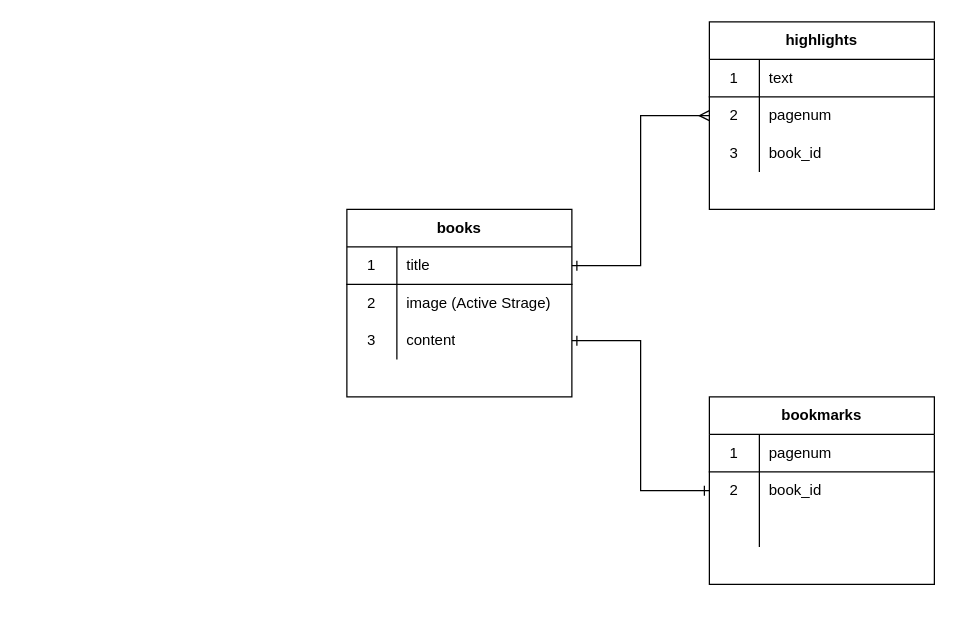
This is database.dio from hiro-mu/book_smart, a draw.io file, before an edit. Source tidied: cells renumbered, new cells numbered last; positions are measured from the earlier drawing's top-left corner, leaving out a move shared by most shapes. Both pictures are drawn from the tidied source at 125%, with x=0, y=0 at pixel (346, 21).
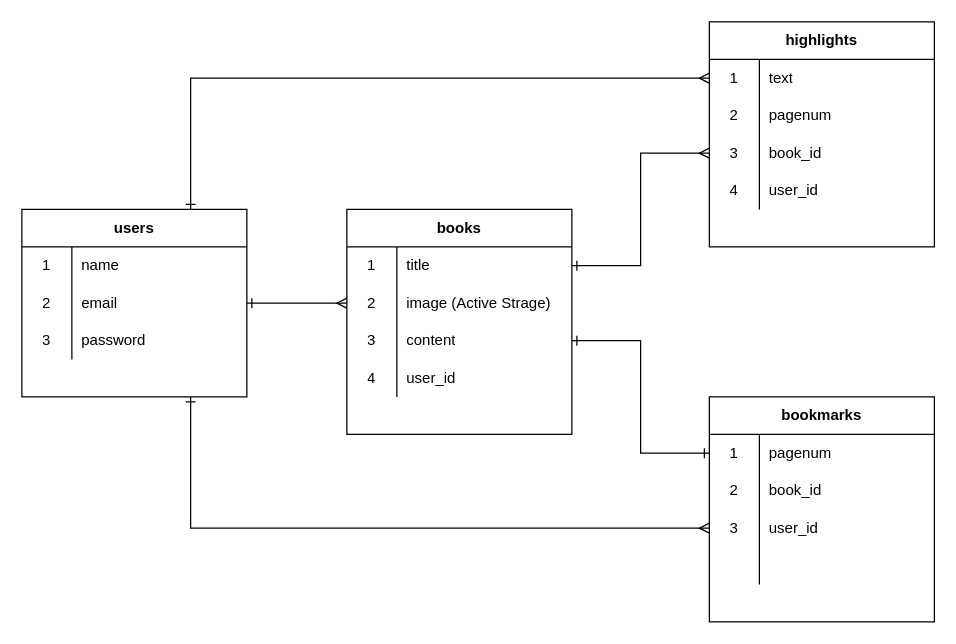
The same diagram, later.

Commit message:
データベースの修正

The change refers to these unchanged cells:
```xml
<mxCell id="6" style="shape=partialRectangle;html=1;whiteSpace=wrap;fillColor=none;top=0;left=0;bottom=0;right=0;points=[[0,0.5],[1,0.5]];portConstraint=eastwest;" parent="2" vertex="1">
  <mxGeometry y="60" width="180" height="30" as="geometry" />
</mxCell>
<mxCell id="9" style="shape=partialRectangle;html=1;whiteSpace=wrap;fillColor=none;top=0;left=0;bottom=0;right=0;points=[[0,0.5],[1,0.5]];portConstraint=eastwest;" parent="2" vertex="1">
  <mxGeometry y="90" width="180" height="30" as="geometry" />
</mxCell>
<mxCell id="16" style="shape=partialRectangle;html=1;whiteSpace=wrap;fillColor=none;top=0;left=0;bottom=0;right=0;points=[[0,0.5],[1,0.5]];portConstraint=eastwest;" parent="12" vertex="1">
  <mxGeometry y="60" width="180" height="30" as="geometry" />
</mxCell>
<mxCell id="19" style="shape=partialRectangle;html=1;whiteSpace=wrap;fillColor=none;top=0;left=0;bottom=0;right=0;points=[[0,0.5],[1,0.5]];portConstraint=eastwest;" parent="12" vertex="1">
  <mxGeometry y="90" width="180" height="30" as="geometry" />
</mxCell>
<mxCell id="26" style="shape=partialRectangle;html=1;whiteSpace=wrap;fillColor=none;top=0;left=0;bottom=0;right=0;points=[[0,0.5],[1,0.5]];portConstraint=eastwest;" parent="22" vertex="1">
  <mxGeometry y="60" width="180" height="30" as="geometry" />
</mxCell>
<mxCell id="29" style="shape=partialRectangle;html=1;whiteSpace=wrap;fillColor=none;top=0;left=0;bottom=0;right=0;points=[[0,0.5],[1,0.5]];portConstraint=eastwest;" parent="22" vertex="1">
  <mxGeometry y="90" width="180" height="30" as="geometry" />
</mxCell>
```

Diff of the diagram source:
```diff
@@
     <mxCell id="2" value="books" style="shape=table;html=1;whiteSpace=wrap;startSize=30;childLayout=tableLayout;rowLines=0;fontStyle=1;align=center;" parent="1" vertex="1">
-      <mxGeometry y="150" width="180" height="150" as="geometry" />
+      <mxGeometry y="150" width="180" height="180" as="geometry" />
     </mxCell>
-    <mxCell id="3" style="shape=partialRectangle;html=1;whiteSpace=wrap;fillColor=none;top=0;left=0;bottom=1;right=0;points=[[0,0.5],[1,0.5]];portConstraint=eastwest;" parent="2" vertex="1">
+    <mxCell id="3" style="shape=partialRectangle;html=1;whiteSpace=wrap;fillColor=none;top=0;left=0;bottom=1;right=0;points=[[0,0.5],[1,0.5]];portConstraint=eastwest;strokeColor=none;" parent="2" vertex="1">
       <mxGeometry y="30" width="180" height="30" as="geometry" />
     </mxCell>
@@
+    <mxCell id="34" style="shape=partialRectangle;html=1;whiteSpace=wrap;fillColor=none;top=0;left=0;bottom=0;right=0;" parent="2" vertex="1">
+      <mxGeometry y="120" width="180" height="30" as="geometry" />
+    </mxCell>
+    <mxCell id="35" value="4" style="shape=partialRectangle;html=1;whiteSpace=wrap;fillColor=none;top=0;left=0;bottom=0;right=0;overflow=hidden;" parent="34" vertex="1">
+      <mxGeometry width="40" height="30" as="geometry" />
+    </mxCell>
+    <mxCell id="36" value="user_id" style="shape=partialRectangle;html=1;whiteSpace=wrap;fillColor=none;top=0;left=0;bottom=0;right=0;align=left;spacingLeft=6;overflow=hidden;" parent="34" vertex="1">
+      <mxGeometry x="40" width="140" height="30" as="geometry" />
+    </mxCell>
     <mxCell id="12" value="highlights" style="shape=table;html=1;whiteSpace=wrap;startSize=30;childLayout=tableLayout;rowLines=0;fontStyle=1;align=center;" parent="1" vertex="1">
-      <mxGeometry x="290" width="180" height="150" as="geometry" />
+      <mxGeometry x="290" width="180" height="180" as="geometry" />
     </mxCell>
-    <mxCell id="13" style="shape=partialRectangle;html=1;whiteSpace=wrap;fillColor=none;top=0;left=0;bottom=1;right=0;" parent="12" vertex="1">
+    <mxCell id="13" style="shape=partialRectangle;html=1;whiteSpace=wrap;fillColor=none;top=0;left=0;bottom=1;right=0;strokeColor=none;" parent="12" vertex="1">
       <mxGeometry y="30" width="180" height="30" as="geometry" />
     </mxCell>
@@
+    <mxCell id="37" style="shape=partialRectangle;html=1;whiteSpace=wrap;fillColor=none;top=0;left=0;bottom=0;right=0;" parent="12" vertex="1">
+      <mxGeometry y="120" width="180" height="30" as="geometry" />
+    </mxCell>
+    <mxCell id="38" value="4" style="shape=partialRectangle;html=1;whiteSpace=wrap;fillColor=none;top=0;left=0;bottom=0;right=0;overflow=hidden;" parent="37" vertex="1">
+      <mxGeometry width="40" height="30" as="geometry" />
+    </mxCell>
+    <mxCell id="39" value="user_id" style="shape=partialRectangle;html=1;whiteSpace=wrap;fillColor=none;top=0;left=0;bottom=0;right=0;align=left;spacingLeft=6;overflow=hidden;" parent="37" vertex="1">
+      <mxGeometry x="40" width="140" height="30" as="geometry" />
+    </mxCell>
     <mxCell id="22" value="bookmarks" style="shape=table;html=1;whiteSpace=wrap;startSize=30;childLayout=tableLayout;rowLines=0;fontStyle=1;align=center;" parent="1" vertex="1">
-      <mxGeometry x="290" y="300" width="180" height="150" as="geometry" />
+      <mxGeometry x="290" y="300" width="180" height="180" as="geometry" />
     </mxCell>
-    <mxCell id="23" style="shape=partialRectangle;html=1;whiteSpace=wrap;fillColor=none;top=0;left=0;bottom=1;right=0;points=[[0,0.5],[1,0.5]];portConstraint=eastwest;" parent="22" vertex="1">
+    <mxCell id="23" style="shape=partialRectangle;html=1;whiteSpace=wrap;fillColor=none;top=0;left=0;bottom=1;right=0;points=[[0,0.5],[1,0.5]];portConstraint=eastwest;strokeColor=none;" parent="22" vertex="1">
       <mxGeometry y="30" width="180" height="30" as="geometry" />
     </mxCell>
@@
-    <mxCell id="30" style="shape=partialRectangle;html=1;whiteSpace=wrap;fillColor=none;top=0;left=0;bottom=0;right=0;overflow=hidden;" parent="29" vertex="1">
+    <mxCell id="30" value="3" style="shape=partialRectangle;html=1;whiteSpace=wrap;fillColor=none;top=0;left=0;bottom=0;right=0;overflow=hidden;" parent="29" vertex="1">
       <mxGeometry width="40" height="30" as="geometry" />
     </mxCell>
-    <mxCell id="31" style="shape=partialRectangle;html=1;whiteSpace=wrap;fillColor=none;top=0;left=0;bottom=0;right=0;align=left;spacingLeft=6;overflow=hidden;" parent="29" vertex="1">
+    <mxCell id="31" value="user_id" style="shape=partialRectangle;html=1;whiteSpace=wrap;fillColor=none;top=0;left=0;bottom=0;right=0;align=left;spacingLeft=6;overflow=hidden;" parent="29" vertex="1">
       <mxGeometry x="40" width="140" height="30" as="geometry" />
     </mxCell>
+    <mxCell id="40" style="shape=partialRectangle;html=1;whiteSpace=wrap;fillColor=none;top=0;left=0;bottom=0;right=0;" parent="22" vertex="1">
+      <mxGeometry y="120" width="180" height="30" as="geometry" />
+    </mxCell>
+    <mxCell id="41" style="shape=partialRectangle;html=1;whiteSpace=wrap;fillColor=none;top=0;left=0;bottom=0;right=0;overflow=hidden;" parent="40" vertex="1">
+      <mxGeometry width="40" height="30" as="geometry" />
+    </mxCell>
+    <mxCell id="42" style="shape=partialRectangle;html=1;whiteSpace=wrap;fillColor=none;top=0;left=0;bottom=0;right=0;align=left;spacingLeft=6;overflow=hidden;" parent="40" vertex="1">
+      <mxGeometry x="40" width="140" height="30" as="geometry" />
+    </mxCell>
-    <mxCell id="32" style="edgeStyle=orthogonalEdgeStyle;rounded=0;jettySize=auto;html=1;exitX=1;exitY=0.5;exitDx=0;exitDy=0;endArrow=ERone;endFill=0;startArrow=ERone;startFill=0;" parent="1" edge="1" source="9" target="26">
+    <mxCell id="32" style="edgeStyle=orthogonalEdgeStyle;rounded=0;jettySize=auto;html=1;exitX=1;exitY=0.5;exitDx=0;exitDy=0;endArrow=ERone;endFill=0;startArrow=ERone;startFill=0;entryX=0;entryY=0.5;entryDx=0;entryDy=0;" parent="1" edge="1" source="9" target="23">
       <mxGeometry relative="1" as="geometry" />
     </mxCell>
-    <mxCell id="33" style="edgeStyle=orthogonalEdgeStyle;rounded=0;jettySize=auto;html=1;exitX=1;exitY=0.5;exitDx=0;exitDy=0;entryX=0;entryY=0.5;entryDx=0;entryDy=0;startArrow=ERone;startFill=0;endArrow=ERmany;endFill=0;" parent="1" edge="1" source="3" target="16">
+    <mxCell id="33" style="edgeStyle=orthogonalEdgeStyle;rounded=0;jettySize=auto;html=1;exitX=1;exitY=0.5;exitDx=0;exitDy=0;entryX=0;entryY=0.5;entryDx=0;entryDy=0;startArrow=ERone;startFill=0;endArrow=ERmany;endFill=0;" parent="1" edge="1" source="3" target="19">
       <mxGeometry relative="1" as="geometry" />
     </mxCell>
+    <mxCell id="43" style="edgeStyle=orthogonalEdgeStyle;rounded=0;jettySize=auto;html=1;exitX=0.75;exitY=0;exitDx=0;exitDy=0;entryX=0;entryY=0.25;entryDx=0;entryDy=0;startArrow=ERone;startFill=0;endArrow=ERmany;endFill=0;strokeWidth=1;" parent="1" edge="1" source="45" target="12">
+      <mxGeometry relative="1" as="geometry" />
+    </mxCell>
+    <mxCell id="44" style="edgeStyle=orthogonalEdgeStyle;rounded=0;jettySize=auto;html=1;exitX=0.75;exitY=1;exitDx=0;exitDy=0;entryX=0;entryY=0.5;entryDx=0;entryDy=0;startArrow=ERone;startFill=0;endArrow=ERmany;endFill=0;strokeWidth=1;" parent="1" edge="1" source="45" target="29">
+      <mxGeometry relative="1" as="geometry" />
+    </mxCell>
+    <mxCell id="45" value="users" style="shape=table;html=1;whiteSpace=wrap;startSize=30;childLayout=tableLayout;rowLines=0;fontStyle=1;align=center;strokeWidth=1;" parent="1" vertex="1">
+      <mxGeometry x="-260" y="150" width="180" height="150" as="geometry" />
+    </mxCell>
+    <mxCell id="46" style="shape=partialRectangle;html=1;whiteSpace=wrap;fillColor=none;top=0;left=0;bottom=1;right=0;strokeColor=none;" parent="45" vertex="1">
+      <mxGeometry y="30" width="180" height="30" as="geometry" />
+    </mxCell>
+    <mxCell id="47" value="1" style="shape=partialRectangle;html=1;whiteSpace=wrap;fillColor=none;top=0;left=0;bottom=0;right=0;overflow=hidden;verticalAlign=middle;strokeColor=none;" parent="46" vertex="1">
+      <mxGeometry width="40" height="30" as="geometry" />
+    </mxCell>
+    <mxCell id="48" value="name&lt;br&gt;" style="shape=partialRectangle;html=1;whiteSpace=wrap;fillColor=none;top=0;left=0;bottom=0;right=0;align=left;spacingLeft=6;overflow=hidden;strokeColor=none;" parent="46" vertex="1">
+      <mxGeometry x="40" width="140" height="30" as="geometry" />
+    </mxCell>
+    <mxCell id="49" style="shape=partialRectangle;html=1;whiteSpace=wrap;fillColor=none;top=0;left=0;bottom=0;right=0;points=[[0,0.5],[1,0.5]];portConstraint=eastwest;" parent="45" vertex="1">
+      <mxGeometry y="60" width="180" height="30" as="geometry" />
+    </mxCell>
+    <mxCell id="50" value="2" style="shape=partialRectangle;html=1;whiteSpace=wrap;fillColor=none;top=0;left=0;bottom=0;right=0;overflow=hidden;" parent="49" vertex="1">
+      <mxGeometry width="40" height="30" as="geometry" />
+    </mxCell>
+    <mxCell id="51" value="email" style="shape=partialRectangle;html=1;whiteSpace=wrap;fillColor=none;top=0;left=0;bottom=0;right=0;align=left;spacingLeft=6;overflow=hidden;" parent="49" vertex="1">
+      <mxGeometry x="40" width="140" height="30" as="geometry" />
+    </mxCell>
+    <mxCell id="52" style="shape=partialRectangle;html=1;whiteSpace=wrap;fillColor=none;top=0;left=0;bottom=0;right=0;" parent="45" vertex="1">
+      <mxGeometry y="90" width="180" height="30" as="geometry" />
+    </mxCell>
+    <mxCell id="53" value="3" style="shape=partialRectangle;html=1;whiteSpace=wrap;fillColor=none;top=0;left=0;bottom=0;right=0;overflow=hidden;" parent="52" vertex="1">
+      <mxGeometry width="40" height="30" as="geometry" />
+    </mxCell>
+    <mxCell id="54" value="password" style="shape=partialRectangle;html=1;whiteSpace=wrap;fillColor=none;top=0;left=0;bottom=0;right=0;align=left;spacingLeft=6;overflow=hidden;" parent="52" vertex="1">
+      <mxGeometry x="40" width="140" height="30" as="geometry" />
+    </mxCell>
+    <mxCell id="55" style="edgeStyle=orthogonalEdgeStyle;rounded=0;jettySize=auto;html=1;exitX=1;exitY=0.5;exitDx=0;exitDy=0;entryX=0;entryY=0.5;entryDx=0;entryDy=0;startArrow=ERone;startFill=0;endArrow=ERmany;endFill=0;strokeWidth=1;" parent="1" edge="1" source="49" target="6">
+      <mxGeometry relative="1" as="geometry" />
+    </mxCell>
```
